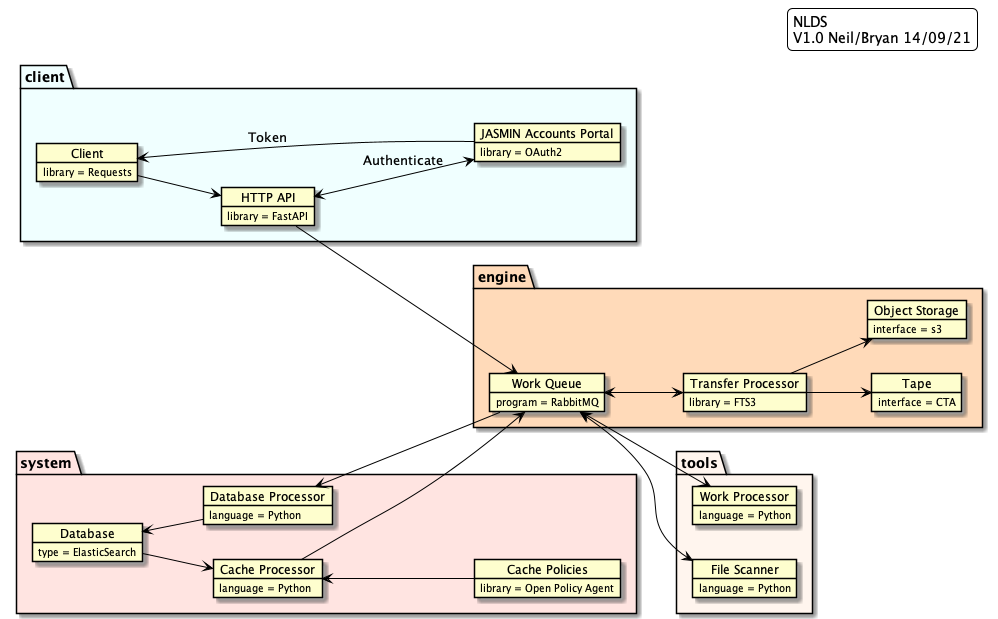
Earlier version of the PlantUML export doc/uml/software_stack/software_stack.png (cedadev/nlds).
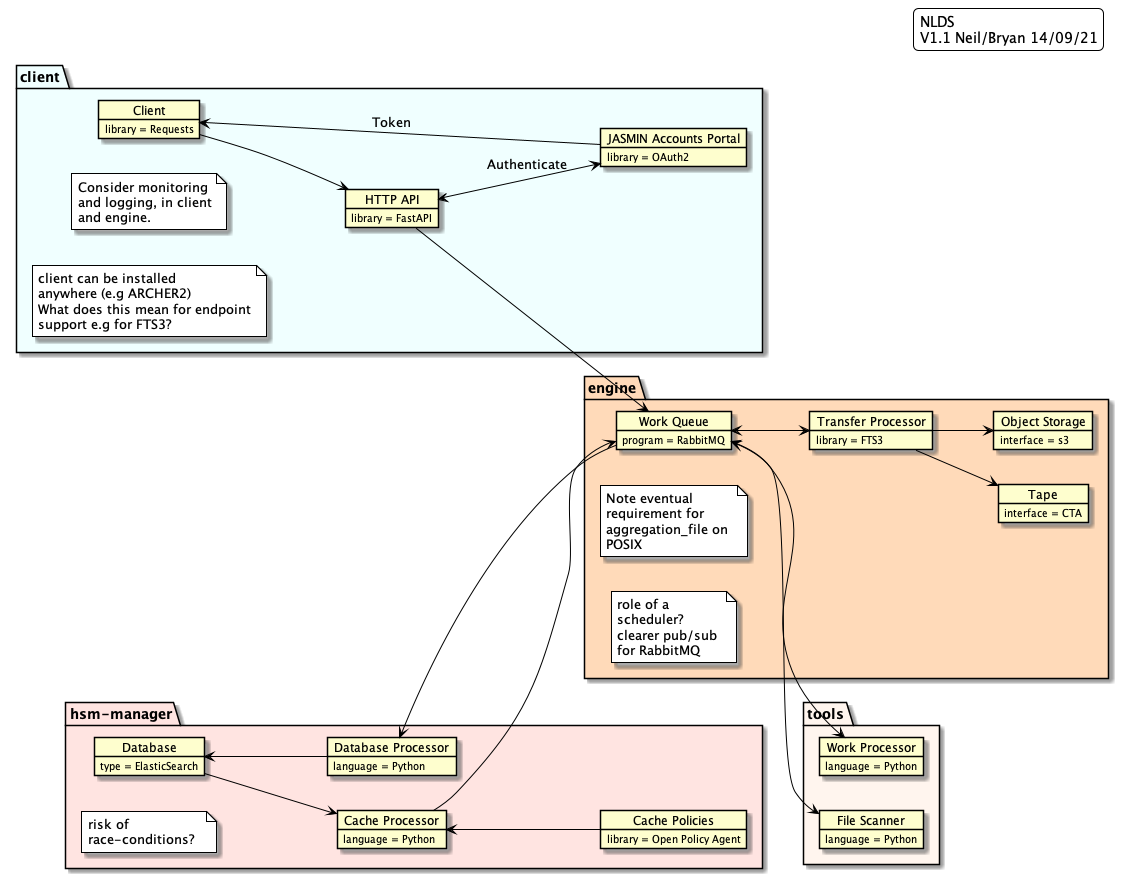
The same diagram one commit later.

Commit message:
Diagram Includes notes from meeting

Diff of the diagram source:
```diff
@@ -5,9 +5,11 @@
 skinparam objectbordercolor black
 skinparam objectcolor automatic
 skinparam legendbackgroundcolor white
+skinparam notebordercolor black
+skinparam notebackgroundcolor white
 legend top right
     NLDS
-    V1.0 Neil/Bryan 14/09/21
+    V1.1 Neil/Bryan 14/09/21
 end legend
 
 package client #azure {
@@ -20,6 +22,19 @@
 
 object "JASMIN Accounts Portal" as jasminap
 jasminap : library = OAuth2
+
+note as N4
+Consider monitoring
+and logging, in client
+and engine.
+end note
+
+note as N2
+client can be installed
+anywhere (e.g ARCHER2)
+What does this mean for endpoint
+support e.g for FTS3?
+end note
 
 }
 
@@ -37,6 +52,19 @@
 object "Object Storage" as objstore
 objstore : interface = s3
 
+note as N3
+Note eventual
+requirement for
+aggregation_file on
+POSIX
+end note
+
+note as N6
+role of a
+scheduler?
+clearer pub/sub
+for RabbitMQ
+end note
 }
 
 package tools #seashell {
@@ -49,7 +77,7 @@
 
 }
 
-package system  #mistyrose {
+package hsm-manager  #mistyrose {
 object "Cache Processor" as cacheproc
 cacheproc : language = Python
 
@@ -61,6 +89,11 @@
 
 object "Database" as db
 db : type = ElasticSearch
+
+note as N1
+risk of
+race-conditions?
+end note
 }
 
 
@@ -85,4 +118,5 @@
 
 
 
+
 @enduml
```
